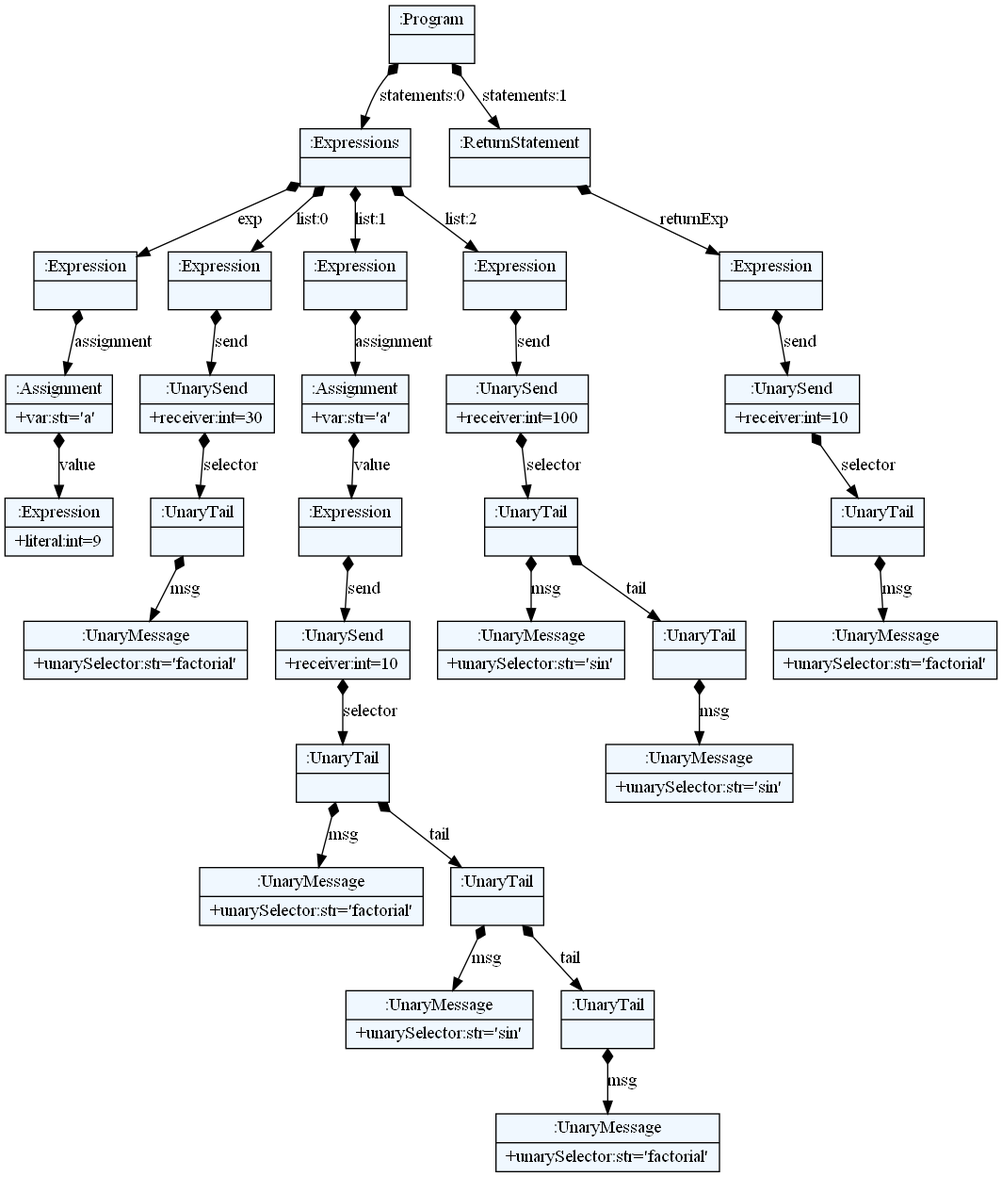
This is parser/images/complex_unary_msg.png from spcnz/smalltalk-parser, a Graphviz export, as it was before one commit. Its source is kept beside it as parser/dot/complex_unary_msg.dot. Its diagram source:
```dot
    digraph textX {
    fontname = "Bitstream Vera Sans"
    fontsize = 8
    node[
        shape=record,
        style=filled,
        fillcolor=aliceblue
    ]
    nodesep = 0.3
    edge[dir=black,arrowtail=empty]


1970548134688 -> 1970551620496 [label="statements:0" arrowtail=diamond dir=both]
1970551620496 -> 1970551619656 [label="exp" arrowtail=diamond dir=both]
1970551619656 -> 1970551620048 [label="assignment" arrowtail=diamond dir=both]
1970551620048 -> 1970551622064 [label="value" arrowtail=diamond dir=both]
1970551622064[label="{:Expression|+literal:int=9\l}"]
1970551620048[label="{:Assignment|+var:str='a'\l}"]
1970551619656[label="{:Expression|}"]
1970551620496 -> 1970551620160 [label="list:0" arrowtail=diamond dir=both]
1970551620160 -> 1970551619936 [label="send" arrowtail=diamond dir=both]
1970551619936 -> 1970551622904 [label="selector" arrowtail=diamond dir=both]
1970551622904 -> 1970551622512 [label="msg" arrowtail=diamond dir=both]
1970551622512[label="{:UnaryMessage|+unarySelector:str='factorial'\l}"]
1970551622904[label="{:UnaryTail|}"]
1970551619936[label="{:UnarySend|+receiver:int=30\l}"]
1970551620160[label="{:Expression|}"]
1970551620496 -> 1970551620104 [label="list:1" arrowtail=diamond dir=both]
1970551620104 -> 1970551622568 [label="assignment" arrowtail=diamond dir=both]
1970551622568 -> 1970551622400 [label="value" arrowtail=diamond dir=both]
1970551622400 -> 1970551623072 [label="send" arrowtail=diamond dir=both]
1970551623072 -> 1970551621952 [label="selector" arrowtail=diamond dir=both]
1970551621952 -> 1970551623352 [label="msg" arrowtail=diamond dir=both]
1970551623352[label="{:UnaryMessage|+unarySelector:str='factorial'\l}"]
1970551621952 -> 1970551623240 [label="tail" arrowtail=diamond dir=both]
1970551623240 -> 1970551621896 [label="msg" arrowtail=diamond dir=both]
1970551621896[label="{:UnaryMessage|+unarySelector:str='sin'\l}"]
1970551623240 -> 1970551623632 [label="tail" arrowtail=diamond dir=both]
1970551623632 -> 1970551623520 [label="msg" arrowtail=diamond dir=both]
1970551623520[label="{:UnaryMessage|+unarySelector:str='factorial'\l}"]
1970551623632[label="{:UnaryTail|}"]
1970551623240[label="{:UnaryTail|}"]
1970551621952[label="{:UnaryTail|}"]
1970551623072[label="{:UnarySend|+receiver:int=10\l}"]
1970551622400[label="{:Expression|}"]
1970551622568[label="{:Assignment|+var:str='a'\l}"]
1970551620104[label="{:Expression|}"]
1970551620496 -> 1970551619992 [label="list:2" arrowtail=diamond dir=both]
1970551619992 -> 1970551622456 [label="send" arrowtail=diamond dir=both]
1970551622456 -> 1970551622960 [label="selector" arrowtail=diamond dir=both]
1970551622960 -> 1970551623408 [label="msg" arrowtail=diamond dir=both]
1970551623408[label="{:UnaryMessage|+unarySelector:str='sin'\l}"]
1970551622960 -> 1970551623184 [label="tail" arrowtail=diamond dir=both]
1970551623184 -> 1970551623576 [label="msg" arrowtail=diamond dir=both]
1970551623576[label="{:UnaryMessage|+unarySelector:str='sin'\l}"]
1970551623184[label="{:UnaryTail|}"]
1970551622960[label="{:UnaryTail|}"]
1970551622456[label="{:UnarySend|+receiver:int=100\l}"]
1970551619992[label="{:Expression|}"]
1970551620496[label="{:Expressions|}"]
1970548134688 -> 1970551619712 [label="statements:1" arrowtail=diamond dir=both]
1970551619712 -> 1970551622624 [label="returnExp" arrowtail=diamond dir=both]
1970551622624 -> 1970551623016 [label="send" arrowtail=diamond dir=both]
1970551623016 -> 1970551621784 [label="selector" arrowtail=diamond dir=both]
1970551621784 -> 1970551621672 [label="msg" arrowtail=diamond dir=both]
1970551621672[label="{:UnaryMessage|+unarySelector:str='factorial'\l}"]
1970551621784[label="{:UnaryTail|}"]
1970551623016[label="{:UnarySend|+receiver:int=10\l}"]
1970551622624[label="{:Expression|}"]
1970551619712[label="{:ReturnStatement|}"]
1970548134688[label="{:Program|}"]

}
```
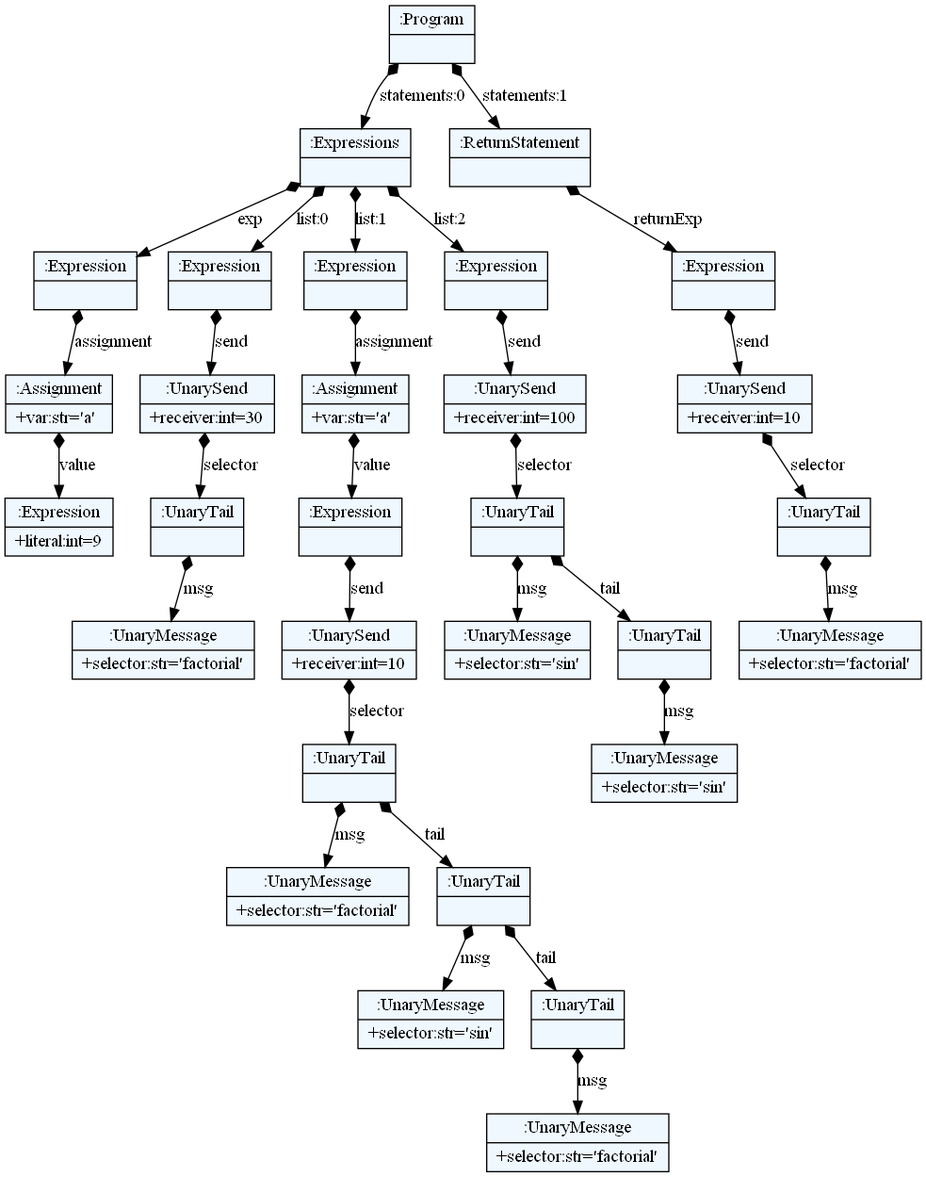
The same file after the commit.

Diff of the diagram source:
```diff
@@ -10,64 +10,64 @@
     edge[dir=black,arrowtail=empty]
 
 
-1970548134688 -> 1970551620496 [label="statements:0" arrowtail=diamond dir=both]
-1970551620496 -> 1970551619656 [label="exp" arrowtail=diamond dir=both]
-1970551619656 -> 1970551620048 [label="assignment" arrowtail=diamond dir=both]
-1970551620048 -> 1970551622064 [label="value" arrowtail=diamond dir=both]
-1970551622064[label="{:Expression|+literal:int=9\l}"]
-1970551620048[label="{:Assignment|+var:str='a'\l}"]
-1970551619656[label="{:Expression|}"]
-1970551620496 -> 1970551620160 [label="list:0" arrowtail=diamond dir=both]
-1970551620160 -> 1970551619936 [label="send" arrowtail=diamond dir=both]
-1970551619936 -> 1970551622904 [label="selector" arrowtail=diamond dir=both]
-1970551622904 -> 1970551622512 [label="msg" arrowtail=diamond dir=both]
-1970551622512[label="{:UnaryMessage|+unarySelector:str='factorial'\l}"]
-1970551622904[label="{:UnaryTail|}"]
-1970551619936[label="{:UnarySend|+receiver:int=30\l}"]
-1970551620160[label="{:Expression|}"]
-1970551620496 -> 1970551620104 [label="list:1" arrowtail=diamond dir=both]
-1970551620104 -> 1970551622568 [label="assignment" arrowtail=diamond dir=both]
-1970551622568 -> 1970551622400 [label="value" arrowtail=diamond dir=both]
-1970551622400 -> 1970551623072 [label="send" arrowtail=diamond dir=both]
-1970551623072 -> 1970551621952 [label="selector" arrowtail=diamond dir=both]
-1970551621952 -> 1970551623352 [label="msg" arrowtail=diamond dir=both]
-1970551623352[label="{:UnaryMessage|+unarySelector:str='factorial'\l}"]
-1970551621952 -> 1970551623240 [label="tail" arrowtail=diamond dir=both]
-1970551623240 -> 1970551621896 [label="msg" arrowtail=diamond dir=both]
-1970551621896[label="{:UnaryMessage|+unarySelector:str='sin'\l}"]
-1970551623240 -> 1970551623632 [label="tail" arrowtail=diamond dir=both]
-1970551623632 -> 1970551623520 [label="msg" arrowtail=diamond dir=both]
-1970551623520[label="{:UnaryMessage|+unarySelector:str='factorial'\l}"]
-1970551623632[label="{:UnaryTail|}"]
-1970551623240[label="{:UnaryTail|}"]
-1970551621952[label="{:UnaryTail|}"]
-1970551623072[label="{:UnarySend|+receiver:int=10\l}"]
-1970551622400[label="{:Expression|}"]
-1970551622568[label="{:Assignment|+var:str='a'\l}"]
-1970551620104[label="{:Expression|}"]
-1970551620496 -> 1970551619992 [label="list:2" arrowtail=diamond dir=both]
-1970551619992 -> 1970551622456 [label="send" arrowtail=diamond dir=both]
-1970551622456 -> 1970551622960 [label="selector" arrowtail=diamond dir=both]
-1970551622960 -> 1970551623408 [label="msg" arrowtail=diamond dir=both]
-1970551623408[label="{:UnaryMessage|+unarySelector:str='sin'\l}"]
-1970551622960 -> 1970551623184 [label="tail" arrowtail=diamond dir=both]
-1970551623184 -> 1970551623576 [label="msg" arrowtail=diamond dir=both]
-1970551623576[label="{:UnaryMessage|+unarySelector:str='sin'\l}"]
-1970551623184[label="{:UnaryTail|}"]
-1970551622960[label="{:UnaryTail|}"]
-1970551622456[label="{:UnarySend|+receiver:int=100\l}"]
-1970551619992[label="{:Expression|}"]
-1970551620496[label="{:Expressions|}"]
-1970548134688 -> 1970551619712 [label="statements:1" arrowtail=diamond dir=both]
-1970551619712 -> 1970551622624 [label="returnExp" arrowtail=diamond dir=both]
-1970551622624 -> 1970551623016 [label="send" arrowtail=diamond dir=both]
-1970551623016 -> 1970551621784 [label="selector" arrowtail=diamond dir=both]
-1970551621784 -> 1970551621672 [label="msg" arrowtail=diamond dir=both]
-1970551621672[label="{:UnaryMessage|+unarySelector:str='factorial'\l}"]
-1970551621784[label="{:UnaryTail|}"]
-1970551623016[label="{:UnarySend|+receiver:int=10\l}"]
-1970551622624[label="{:Expression|}"]
-1970551619712[label="{:ReturnStatement|}"]
-1970548134688[label="{:Program|}"]
+3018040644944 -> 3018043739552 [label="statements:0" arrowtail=diamond dir=both]
+3018043739552 -> 3018043739608 [label="exp" arrowtail=diamond dir=both]
+3018043739608 -> 3018043739272 [label="assignment" arrowtail=diamond dir=both]
+3018043739272 -> 3018043736920 [label="value" arrowtail=diamond dir=both]
+3018043736920[label="{:Expression|+literal:int=9\l}"]
+3018043739272[label="{:Assignment|+var:str='a'\l}"]
+3018043739608[label="{:Expression|}"]
+3018043739552 -> 3018043739944 [label="list:0" arrowtail=diamond dir=both]
+3018043739944 -> 3018043737816 [label="send" arrowtail=diamond dir=both]
+3018043737816 -> 3018043736416 [label="selector" arrowtail=diamond dir=both]
+3018043736416 -> 3018153891040 [label="msg" arrowtail=diamond dir=both]
+3018153891040[label="{:UnaryMessage|+selector:str='factorial'\l}"]
+3018043736416[label="{:UnaryTail|}"]
+3018043737816[label="{:UnarySend|+receiver:int=30\l}"]
+3018043739944[label="{:Expression|}"]
+3018043739552 -> 3018043739328 [label="list:1" arrowtail=diamond dir=both]
+3018043739328 -> 3018130249040 [label="assignment" arrowtail=diamond dir=both]
+3018130249040 -> 3018153891208 [label="value" arrowtail=diamond dir=both]
+3018153891208 -> 3018153892776 [label="send" arrowtail=diamond dir=both]
+3018153892776 -> 3018153893728 [label="selector" arrowtail=diamond dir=both]
+3018153893728 -> 3018153893840 [label="msg" arrowtail=diamond dir=both]
+3018153893840[label="{:UnaryMessage|+selector:str='factorial'\l}"]
+3018153893728 -> 3018154958920 [label="tail" arrowtail=diamond dir=both]
+3018154958920 -> 3018154959032 [label="msg" arrowtail=diamond dir=both]
+3018154959032[label="{:UnaryMessage|+selector:str='sin'\l}"]
+3018154958920 -> 3018154959144 [label="tail" arrowtail=diamond dir=both]
+3018154959144 -> 3018154959256 [label="msg" arrowtail=diamond dir=both]
+3018154959256[label="{:UnaryMessage|+selector:str='factorial'\l}"]
+3018154959144[label="{:UnaryTail|}"]
+3018154958920[label="{:UnaryTail|}"]
+3018153893728[label="{:UnaryTail|}"]
+3018153892776[label="{:UnarySend|+receiver:int=10\l}"]
+3018153891208[label="{:Expression|}"]
+3018130249040[label="{:Assignment|+var:str='a'\l}"]
+3018043739328[label="{:Expression|}"]
+3018043739552 -> 3018043740112 [label="list:2" arrowtail=diamond dir=both]
+3018043740112 -> 3018153891096 [label="send" arrowtail=diamond dir=both]
+3018153891096 -> 3018153893616 [label="selector" arrowtail=diamond dir=both]
+3018153893616 -> 3018153893784 [label="msg" arrowtail=diamond dir=both]
+3018153893784[label="{:UnaryMessage|+selector:str='sin'\l}"]
+3018153893616 -> 3018154958976 [label="tail" arrowtail=diamond dir=both]
+3018154958976 -> 3018154959200 [label="msg" arrowtail=diamond dir=both]
+3018154959200[label="{:UnaryMessage|+selector:str='sin'\l}"]
+3018154958976[label="{:UnaryTail|}"]
+3018153893616[label="{:UnaryTail|}"]
+3018153891096[label="{:UnarySend|+receiver:int=100\l}"]
+3018043740112[label="{:Expression|}"]
+3018043739552[label="{:Expressions|}"]
+3018040644944 -> 3018043738040 [label="statements:1" arrowtail=diamond dir=both]
+3018043738040 -> 3018153891320 [label="returnExp" arrowtail=diamond dir=both]
+3018153891320 -> 3018153893560 [label="send" arrowtail=diamond dir=both]
+3018153893560 -> 3018154959368 [label="selector" arrowtail=diamond dir=both]
+3018154959368 -> 3018154959480 [label="msg" arrowtail=diamond dir=both]
+3018154959480[label="{:UnaryMessage|+selector:str='factorial'\l}"]
+3018154959368[label="{:UnaryTail|}"]
+3018153893560[label="{:UnarySend|+receiver:int=10\l}"]
+3018153891320[label="{:Expression|}"]
+3018043738040[label="{:ReturnStatement|}"]
+3018040644944[label="{:Program|}"]
 
 }
```
